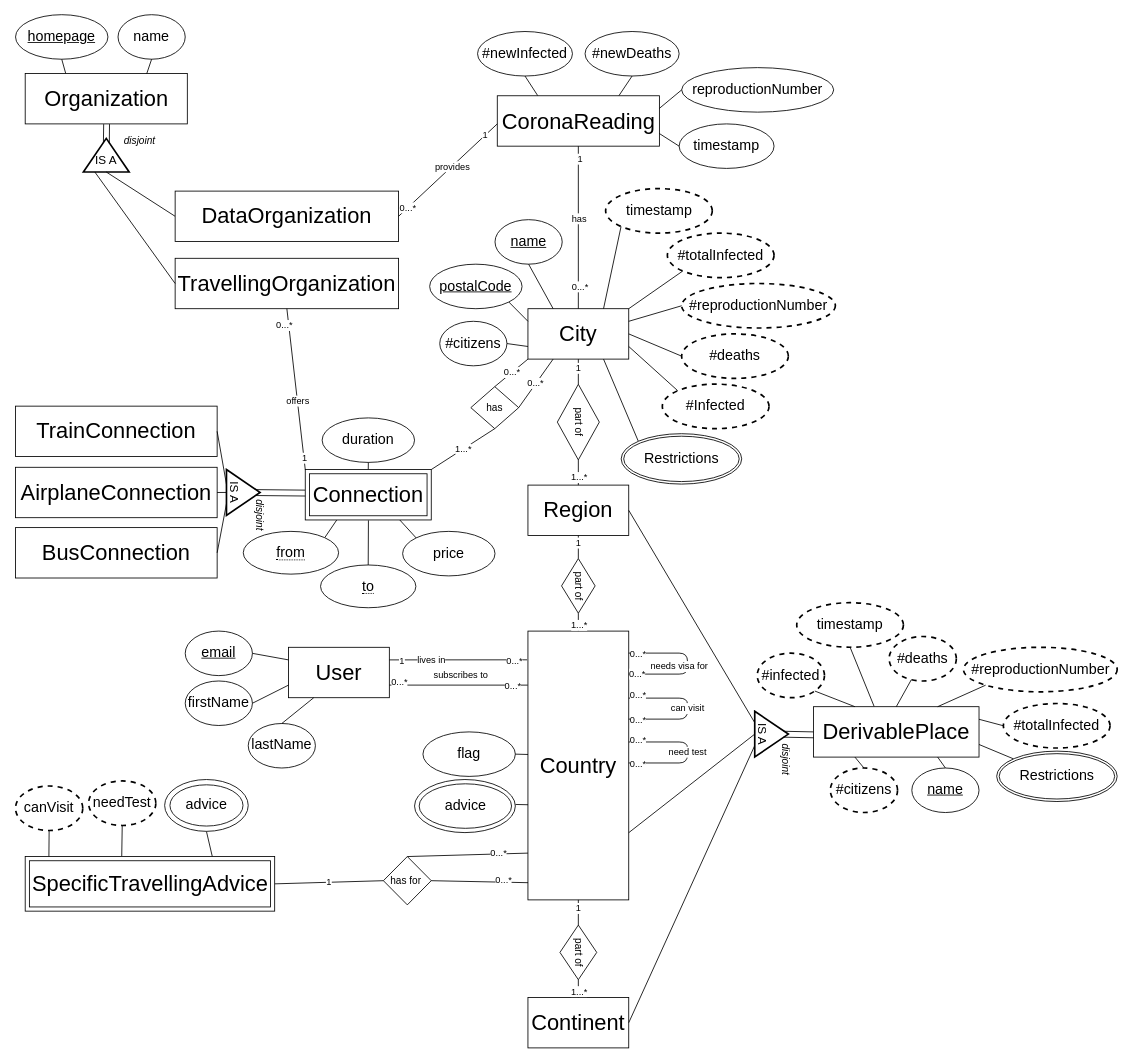
The draw.io diagram OISdiagram.drawio in wulfdewolf/OpenInformationSystemsGroup1, before the edit. Source tidied: cells renumbered, new cells numbered last; positions are measured from the earlier drawing's top-left corner, leaving out a move shared by most shapes. Both pictures are drawn from the tidied source at 84%, with x=0, y=0 at pixel (15, 14).
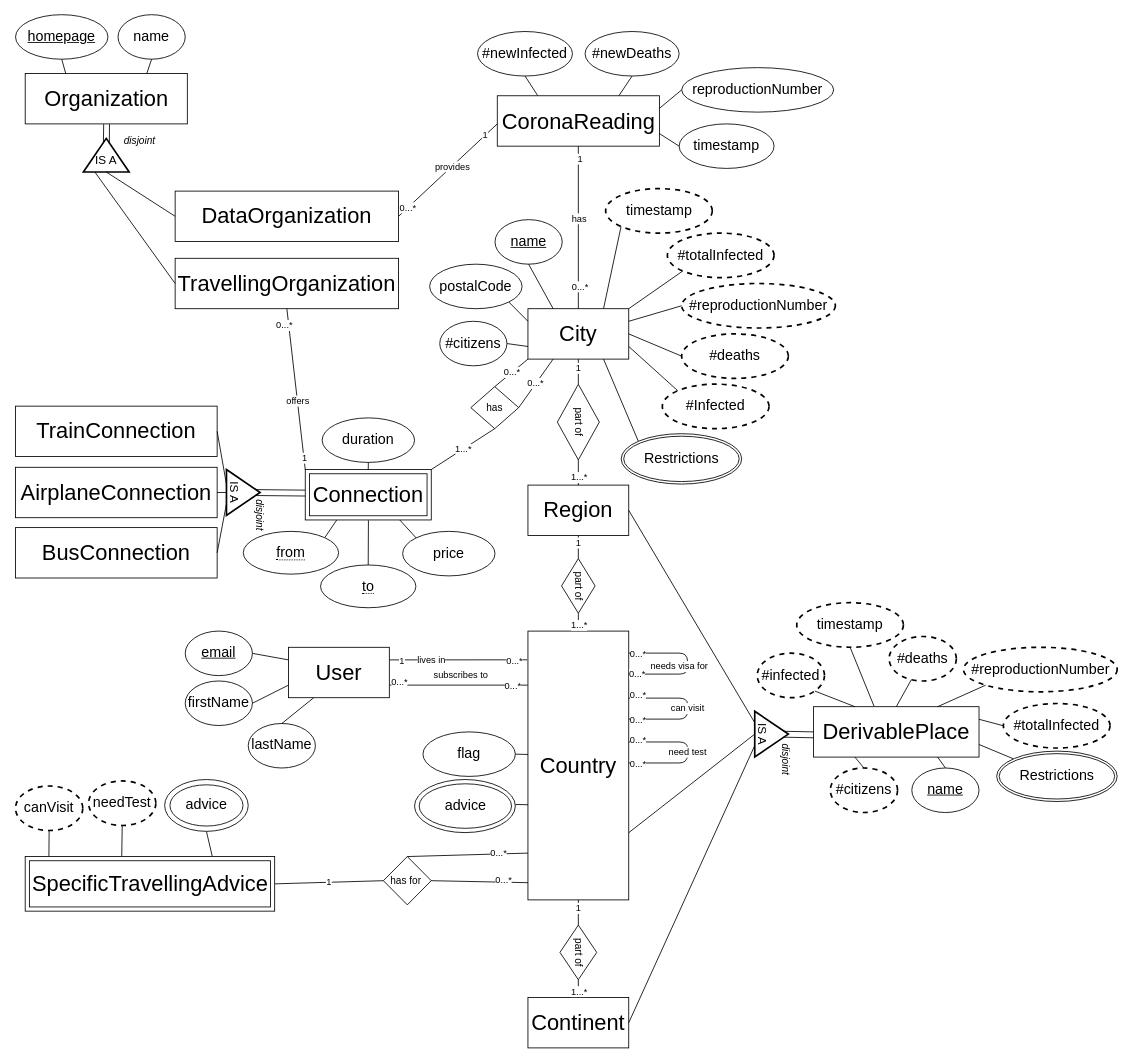
The same page after the edit.

Commit message:
Removed postal code from the primary key of City

Diff of the diagram source:
```diff
@@
-    <mxCell id="15" value="&lt;span style=&quot;font-size: 17px&quot;&gt;&lt;u&gt;postalCode&lt;/u&gt;&lt;/span&gt;" style="ellipse;whiteSpace=wrap;html=1;" parent="1" vertex="1">
+    <mxCell id="15" value="&lt;span style=&quot;font-size: 17px&quot;&gt;&lt;span&gt;postalCode&lt;/span&gt;&lt;/span&gt;" style="ellipse;whiteSpace=wrap;html=1;fontStyle=0;" parent="1" vertex="1">
       <mxGeometry x="493" y="297" width="110" height="53" as="geometry" />
     </mxCell>
```
